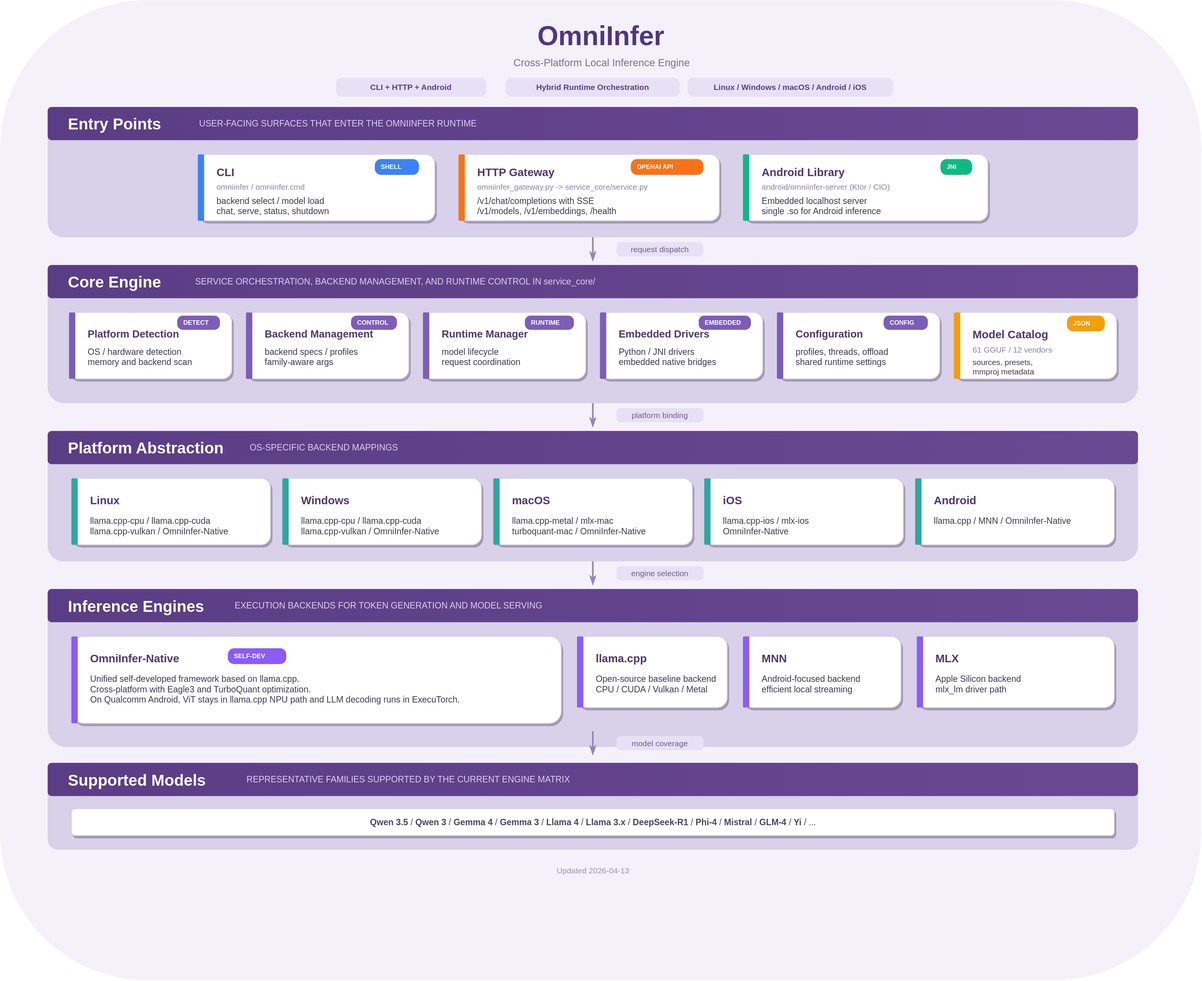
omnimind-ai/OmniInfer keeps this draw.io diagram as docs/architecture.drawio.svg. Above is the earlier version. Source tidied: cells renumbered, new cells last; positions are measured from the earlier drawing's top-left corner, leaving out a move shared by most shapes.
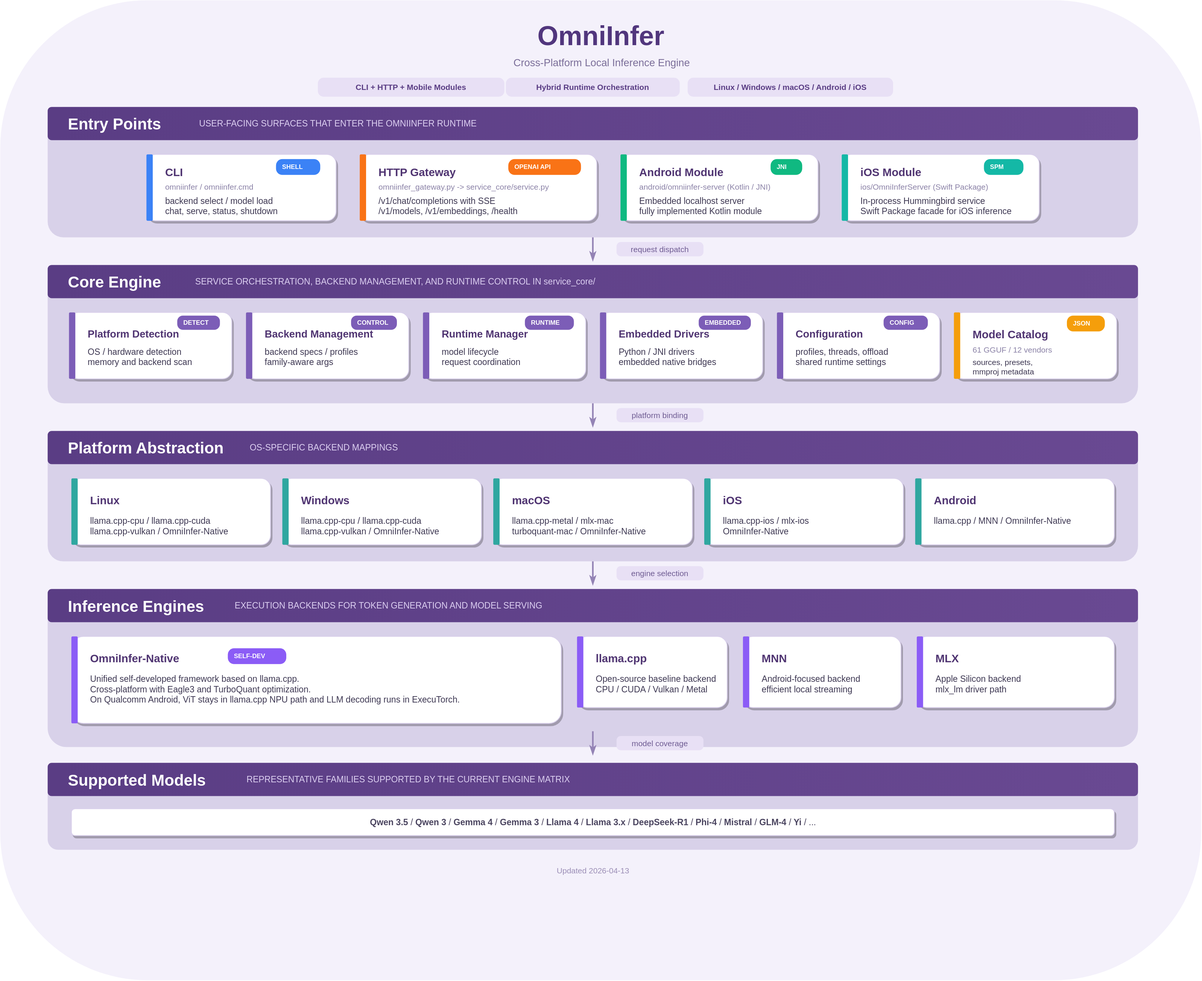
After the commit.

Commit message:
docs: update architecture diagram

Diff of the diagram source:
```diff
@@ -11,8 +11,8 @@
     <mxCell id="4" value="&lt;div&gt;&lt;span style=&quot;background-color: transparent; color: light-dark(rgb(123, 110, 153), rgb(145, 133, 170));&quot;&gt;Cross-Platform Local Inference Engine&lt;/span&gt;&lt;/div&gt;" style="text;html=1;align=center;verticalAlign=middle;strokeColor=none;fillColor=none;fontSize=13;fontColor=#7B6E99;" parent="1" vertex="1">
       <mxGeometry x="640" y="65" width="241" height="28" as="geometry" />
     </mxCell>
-    <mxCell id="5" value="CLI + HTTP + Android" style="rounded=1;whiteSpace=wrap;html=1;fillColor=#E8E0F5;strokeColor=none;arcSize=30;fontSize=10;fontStyle=1;fontColor=#5A3D84;align=center;verticalAlign=middle;spacingLeft=8;spacingRight=8;" parent="1" vertex="1">
-      <mxGeometry x="425" y="98" width="190" height="24" as="geometry" />
+    <mxCell id="5" value="CLI + HTTP + Mobile Modules" style="rounded=1;whiteSpace=wrap;html=1;fillColor=#E8E0F5;strokeColor=none;arcSize=30;fontSize=10;fontStyle=1;fontColor=#5A3D84;align=center;verticalAlign=middle;spacingLeft=8;spacingRight=8;" parent="1" vertex="1">
+      <mxGeometry x="402" y="98" width="236" height="24" as="geometry" />
     </mxCell>
     <mxCell id="6" value="Hybrid Runtime Orchestration" style="rounded=1;whiteSpace=wrap;html=1;fillColor=#E8E0F5;strokeColor=none;arcSize=30;fontSize=10;fontStyle=1;fontColor=#5A3D84;align=center;verticalAlign=middle;spacingLeft=8;spacingRight=8;" parent="1" vertex="1">
       <mxGeometry x="640" y="98" width="220" height="24" as="geometry" />
@@ -33,59 +33,77 @@
       <mxGeometry x="250" y="145" width="480" height="22" as="geometry" />
     </mxCell>
     <mxCell id="12" style="rounded=1;whiteSpace=wrap;html=1;fillColor=#FFFFFF;strokeColor=#D9D0EB;strokeWidth=1;shadow=1;arcSize=14;" parent="1" vertex="1">
-      <mxGeometry x="250" y="195" width="300" height="84" as="geometry" />
+      <mxGeometry x="185" y="195" width="240" height="84" as="geometry" />
     </mxCell>
     <mxCell id="13" style="rounded=1;whiteSpace=wrap;html=1;fillColor=#3B82F6;strokeColor=none;arcSize=20;" parent="1" vertex="1">
-      <mxGeometry x="250" y="195" width="8" height="84" as="geometry" />
+      <mxGeometry x="185" y="195" width="8" height="84" as="geometry" />
     </mxCell>
     <mxCell id="14" value="&lt;b&gt;CLI&lt;/b&gt;" style="text;html=1;align=left;verticalAlign=top;fontSize=14;fontColor=#503572;" parent="1" vertex="1">
-      <mxGeometry x="272" y="203" width="90" height="20" as="geometry" />
+      <mxGeometry x="207" y="203" width="90" height="20" as="geometry" />
     </mxCell>
     <mxCell id="15" value="SHELL" style="label;fontStyle=1;fontSize=8;fontColor=#FFFFFF;fillColor=#3B82F6;rounded=1;arcSize=40;strokeColor=none;spacingLeft=6;spacingRight=6;" parent="1" vertex="1">
-      <mxGeometry x="474" y="201" width="56" height="20" as="geometry" />
+      <mxGeometry x="349" y="201" width="56" height="20" as="geometry" />
     </mxCell>
     <mxCell id="16" value="omniinfer / omniinfer.cmd" style="text;html=1;align=left;verticalAlign=top;fontSize=10;fontColor=#8B82A7;" parent="1" vertex="1">
-      <mxGeometry x="272" y="224" width="180" height="16" as="geometry" />
+      <mxGeometry x="207" y="224" width="170" height="16" as="geometry" />
     </mxCell>
     <mxCell id="17" value="backend select / model load&lt;br&gt;chat, serve, status, shutdown" style="text;html=1;align=left;verticalAlign=top;fontSize=11;fontColor=#3E3853;" parent="1" vertex="1">
-      <mxGeometry x="272" y="241" width="245" height="30" as="geometry" />
+      <mxGeometry x="207" y="241" width="190" height="30" as="geometry" />
     </mxCell>
     <mxCell id="18" style="rounded=1;whiteSpace=wrap;html=1;fillColor=#FFFFFF;strokeColor=#D9D0EB;strokeWidth=1;shadow=1;arcSize=14;" parent="1" vertex="1">
-      <mxGeometry x="580" y="195" width="330" height="84" as="geometry" />
+      <mxGeometry x="455" y="195" width="300" height="84" as="geometry" />
     </mxCell>
     <mxCell id="19" style="rounded=1;whiteSpace=wrap;html=1;fillColor=#F97316;strokeColor=none;arcSize=20;" parent="1" vertex="1">
-      <mxGeometry x="580" y="195" width="8" height="84" as="geometry" />
+      <mxGeometry x="455" y="195" width="8" height="84" as="geometry" />
     </mxCell>
     <mxCell id="20" value="&lt;b&gt;HTTP Gateway&lt;/b&gt;" style="text;html=1;align=left;verticalAlign=top;fontSize=14;fontColor=#503572;" parent="1" vertex="1">
-      <mxGeometry x="602" y="203" width="150" height="20" as="geometry" />
+      <mxGeometry x="477" y="203" width="150" height="20" as="geometry" />
     </mxCell>
     <mxCell id="21" value="OPENAI API" style="label;fontStyle=1;fontSize=8;fontColor=#FFFFFF;fillColor=#F97316;rounded=1;arcSize=40;strokeColor=none;spacingLeft=6;spacingRight=6;" parent="1" vertex="1">
-      <mxGeometry x="798" y="201" width="92" height="20" as="geometry" />
+      <mxGeometry x="643" y="201" width="92" height="20" as="geometry" />
     </mxCell>
     <mxCell id="22" value="omniinfer_gateway.py -&gt; service_core/service.py" style="text;html=1;align=left;verticalAlign=top;fontSize=10;fontColor=#8B82A7;" parent="1" vertex="1">
-      <mxGeometry x="602" y="224" width="285" height="16" as="geometry" />
+      <mxGeometry x="477" y="224" width="245" height="16" as="geometry" />
     </mxCell>
     <mxCell id="23" value="/v1/chat/completions with SSE&lt;br&gt;/v1/models, /v1/embeddings, /health" style="text;html=1;align=left;verticalAlign=top;fontSize=11;fontColor=#3E3853;" parent="1" vertex="1">
-      <mxGeometry x="602" y="241" width="285" height="30" as="geometry" />
+      <mxGeometry x="477" y="241" width="250" height="30" as="geometry" />
     </mxCell>
     <mxCell id="24" style="rounded=1;whiteSpace=wrap;html=1;fillColor=#FFFFFF;strokeColor=#D9D0EB;strokeWidth=1;shadow=1;arcSize=14;" parent="1" vertex="1">
-      <mxGeometry x="940" y="195" width="310" height="84" as="geometry" />
+      <mxGeometry x="785" y="195" width="250" height="84" as="geometry" />
     </mxCell>
     <mxCell id="25" style="rounded=1;whiteSpace=wrap;html=1;fillColor=#10B981;strokeColor=none;arcSize=20;" parent="1" vertex="1">
-      <mxGeometry x="940" y="195" width="8" height="84" as="geometry" />
+      <mxGeometry x="785" y="195" width="8" height="84" as="geometry" />
     </mxCell>
-    <mxCell id="26" value="&lt;b&gt;Android Library&lt;/b&gt;" style="text;html=1;align=left;verticalAlign=top;fontSize=14;fontColor=#503572;" parent="1" vertex="1">
-      <mxGeometry x="962" y="203" width="160" height="20" as="geometry" />
+    <mxCell id="26" value="&lt;b&gt;Android Module&lt;/b&gt;" style="text;html=1;align=left;verticalAlign=top;fontSize=14;fontColor=#503572;" parent="1" vertex="1">
+      <mxGeometry x="807" y="203" width="140" height="20" as="geometry" />
     </mxCell>
     <mxCell id="27" value="JNI" style="label;fontStyle=1;fontSize=8;fontColor=#FFFFFF;fillColor=#10B981;rounded=1;arcSize=40;strokeColor=none;spacingLeft=6;spacingRight=6;" parent="1" vertex="1">
-      <mxGeometry x="1190" y="201" width="40" height="20" as="geometry" />
+      <mxGeometry x="975" y="201" width="40" height="20" as="geometry" />
     </mxCell>
-    <mxCell id="28" value="android/omniinfer-server (Ktor / CIO)" style="text;html=1;align=left;verticalAlign=top;fontSize=10;fontColor=#8B82A7;" parent="1" vertex="1">
-      <mxGeometry x="962" y="224" width="245" height="16" as="geometry" />
+    <mxCell id="28" value="android/omniinfer-server (Kotlin / JNI)" style="text;html=1;align=left;verticalAlign=top;fontSize=10;fontColor=#8B82A7;" parent="1" vertex="1">
+      <mxGeometry x="807" y="224" width="190" height="16" as="geometry" />
     </mxCell>
-    <mxCell id="29" value="Embedded localhost server&lt;br&gt;single .so for Android inference" style="text;html=1;align=left;verticalAlign=top;fontSize=11;fontColor=#3E3853;" parent="1" vertex="1">
-      <mxGeometry x="962" y="241" width="260" height="30" as="geometry" />
+    <mxCell id="29" value="Embedded localhost server&lt;br&gt;fully implemented Kotlin module" style="text;html=1;align=left;verticalAlign=top;fontSize=11;fontColor=#3E3853;" parent="1" vertex="1">
+      <mxGeometry x="807" y="241" width="205" height="30" as="geometry" />
     </mxCell>
+    <mxCell id="125" style="rounded=1;whiteSpace=wrap;html=1;fillColor=#FFFFFF;strokeColor=#D9D0EB;strokeWidth=1;shadow=1;arcSize=14;" parent="1" vertex="1">
+      <mxGeometry x="1065" y="195" width="250" height="84" as="geometry" />
+    </mxCell>
+    <mxCell id="126" style="rounded=1;whiteSpace=wrap;html=1;fillColor=#14B8A6;strokeColor=none;arcSize=20;" parent="1" vertex="1">
+      <mxGeometry x="1065" y="195" width="8" height="84" as="geometry" />
+    </mxCell>
+    <mxCell id="127" value="&lt;b&gt;iOS Module&lt;/b&gt;" style="text;html=1;align=left;verticalAlign=top;fontSize=14;fontColor=#503572;" parent="1" vertex="1">
+      <mxGeometry x="1087" y="203" width="120" height="20" as="geometry" />
+    </mxCell>
+    <mxCell id="128" value="SPM" style="label;fontStyle=1;fontSize=8;fontColor=#FFFFFF;fillColor=#14B8A6;rounded=1;arcSize=40;strokeColor=none;spacingLeft=6;spacingRight=6;" parent="1" vertex="1">
+      <mxGeometry x="1245" y="201" width="50" height="20" as="geometry" />
+    </mxCell>
+    <mxCell id="129" value="ios/OmniInferServer (Swift Package)" style="text;html=1;align=left;verticalAlign=top;fontSize=10;fontColor=#8B82A7;" parent="1" vertex="1">
+      <mxGeometry x="1087" y="224" width="205" height="16" as="geometry" />
+    </mxCell>
+    <mxCell id="130" value="In-process Hummingbird service&lt;br&gt;Swift Package facade for iOS inference" style="text;html=1;align=left;verticalAlign=top;fontSize=11;fontColor=#3E3853;" parent="1" vertex="1">
+      <mxGeometry x="1087" y="241" width="210" height="30" as="geometry" />
+    </mxCell>
     <mxCell id="30" style="endArrow=classicThin;html=1;strokeColor=#9483B5;strokeWidth=2;rounded=1;" parent="1" edge="1">
       <mxGeometry relative="1" as="geometry">
         <mxPoint x="750" y="300" as="sourcePoint" />
```
